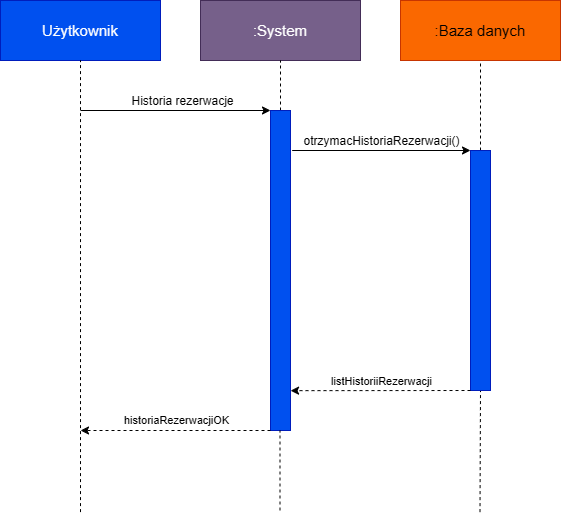
Above: diagrama/sequence diagram kalendarz rezerwacje.png in DaniilGamers/Lider2026Project.repo (draw.io), before the change. Source tidied: cells renumbered, new cells last; positions are measured from the earlier drawing's top-left corner, leaving out a move shared by most shapes.
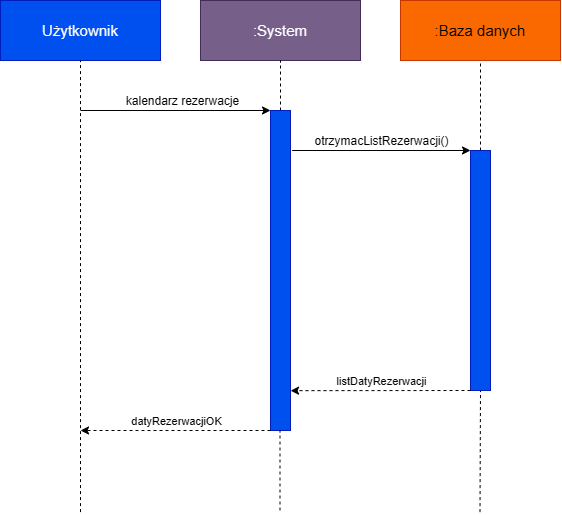
The same diagram one commit later.

Diff of the diagram source:
```diff
@@ -44,7 +44,7 @@
         <mxPoint x="80" y="110" as="sourcePoint" />
       </mxGeometry>
     </mxCell>
-    <mxCell id="13" value="Historia rezerwacje" style="edgeLabel;html=1;align=center;verticalAlign=middle;fontSize=12;" parent="12" vertex="1">
+    <mxCell id="13" value="kalendarz rezerwacje" style="edgeLabel;html=1;align=center;verticalAlign=middle;fontSize=12;" parent="12" vertex="1">
       <mxGeometry relative="1" as="geometry">
         <mxPoint x="6" y="-10" as="offset" />
       </mxGeometry>
@@ -52,7 +52,7 @@
     <mxCell id="14" style="endArrow=classic;html=1;rounded=0;exitX=1.083;exitY=0.125;exitDx=0;exitDy=0;exitPerimeter=0;entryX=0;entryY=0;entryDx=0;entryDy=0;" parent="1" edge="1" source="7" target="10">
       <mxGeometry relative="1" as="geometry" />
     </mxCell>
-    <mxCell id="15" value="otrzymacHistoriaRezerwacji()" style="edgeLabel;html=1;align=center;verticalAlign=middle;fontSize=12;" parent="14" vertex="1">
+    <mxCell id="15" value="otrzymacListRezerwacji()" style="edgeLabel;html=1;align=center;verticalAlign=middle;fontSize=12;" parent="14" vertex="1">
       <mxGeometry relative="1" as="geometry">
         <mxPoint y="-10" as="offset" />
       </mxGeometry>
@@ -63,7 +63,7 @@
         <mxPoint x="290.1" y="390.2" as="targetPoint" />
       </mxGeometry>
     </mxCell>
-    <mxCell id="17" value="listHistoriiRezerwacji" style="edgeLabel;html=1;align=center;verticalAlign=middle;" parent="16" vertex="1">
+    <mxCell id="17" value="listDatyRezerwacji" style="edgeLabel;html=1;align=center;verticalAlign=middle;" parent="16" vertex="1">
       <mxGeometry relative="1" as="geometry">
         <mxPoint y="-10" as="offset" />
       </mxGeometry>
@@ -74,7 +74,7 @@
         <mxPoint x="80" y="430" as="targetPoint" />
       </mxGeometry>
     </mxCell>
-    <mxCell id="19" value="historiaRezerwacjiOK" style="edgeLabel;html=1;align=center;verticalAlign=middle;" parent="18" vertex="1">
+    <mxCell id="19" value="datyRezerwacjiOK" style="edgeLabel;html=1;align=center;verticalAlign=middle;" parent="18" vertex="1">
       <mxGeometry relative="1" as="geometry">
         <mxPoint y="-10" as="offset" />
       </mxGeometry>
```
